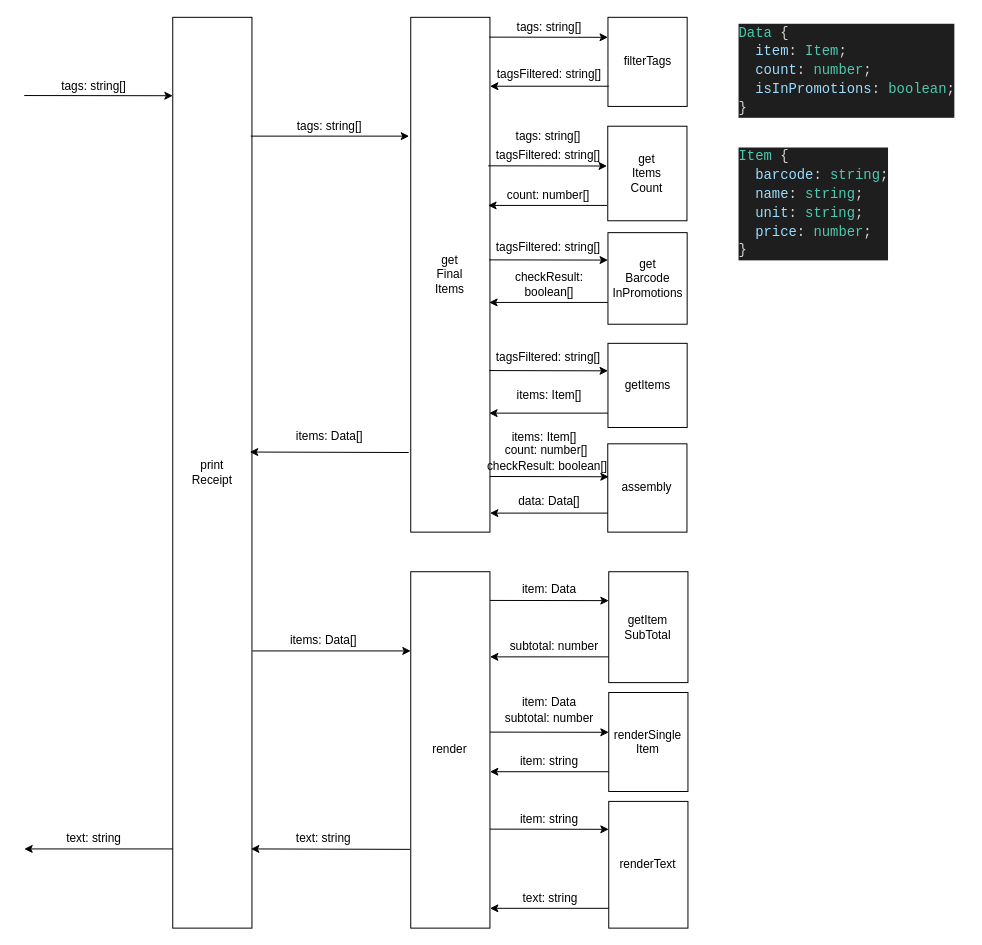
The draw.io diagram thoughtswork/pos.drawio in DDDAZ/demo, before the edit. Source tidied: cells renumbered, new cells numbered last; positions are measured from the earlier drawing's top-left corner, leaving out a move shared by most shapes. Both pictures are drawn from the tidied source at 99%, with x=0, y=0 at pixel (24, 17).
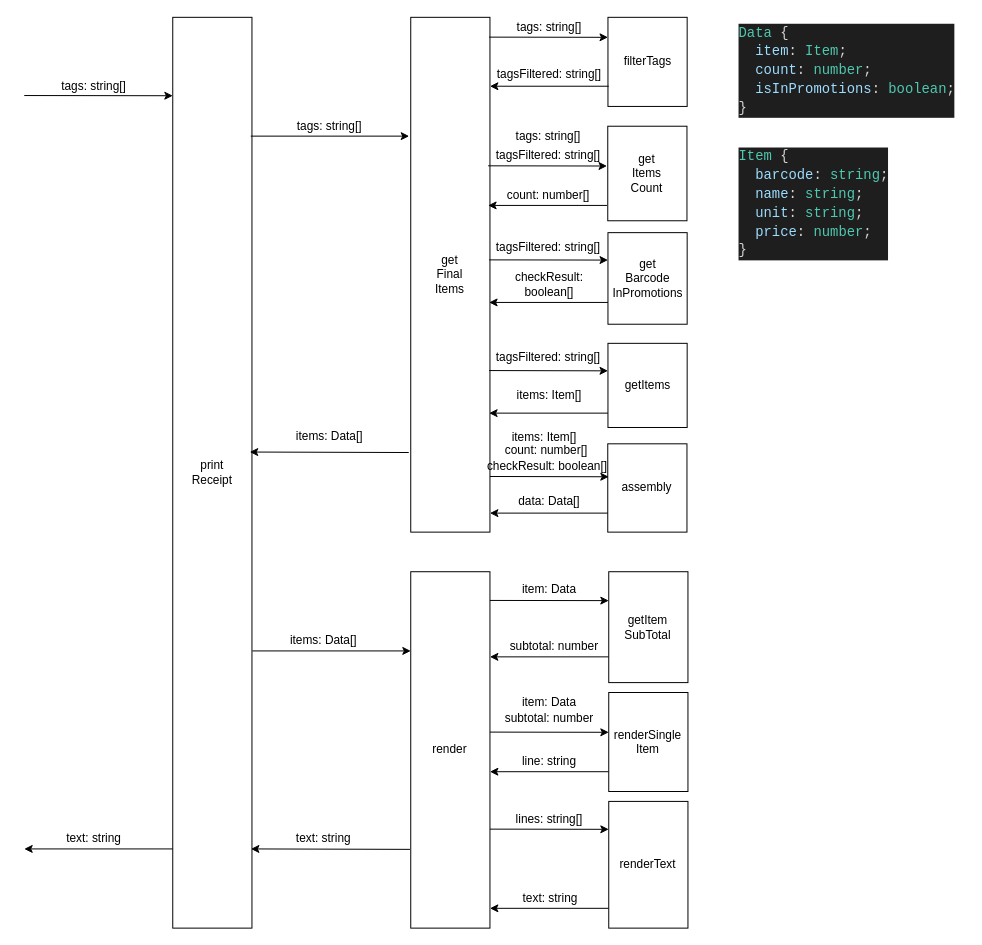
Above is the later version.

The edit, as a diff of the source:
```diff
@@
-    <mxCell id="21" value="item: string" style="text;html=1;align=center;verticalAlign=middle;" parent="1" vertex="1">
+    <mxCell id="21" value="line: string" style="text;html=1;align=center;verticalAlign=middle;" parent="1" vertex="1">
       <mxGeometry x="495.4" y="742" width="70" height="20" as="geometry" />
     </mxCell>
@@
-    <mxCell id="50" value="item: string" style="text;html=1;align=center;verticalAlign=middle;" parent="1" vertex="1">
-      <mxGeometry x="495.4" y="800" width="70" height="20" as="geometry" />
+    <mxCell id="50" value="lines: string[]" style="text;html=1;align=center;verticalAlign=middle;" parent="1" vertex="1">
+      <mxGeometry x="490.4" y="800" width="80" height="20" as="geometry" />
     </mxCell>
```
